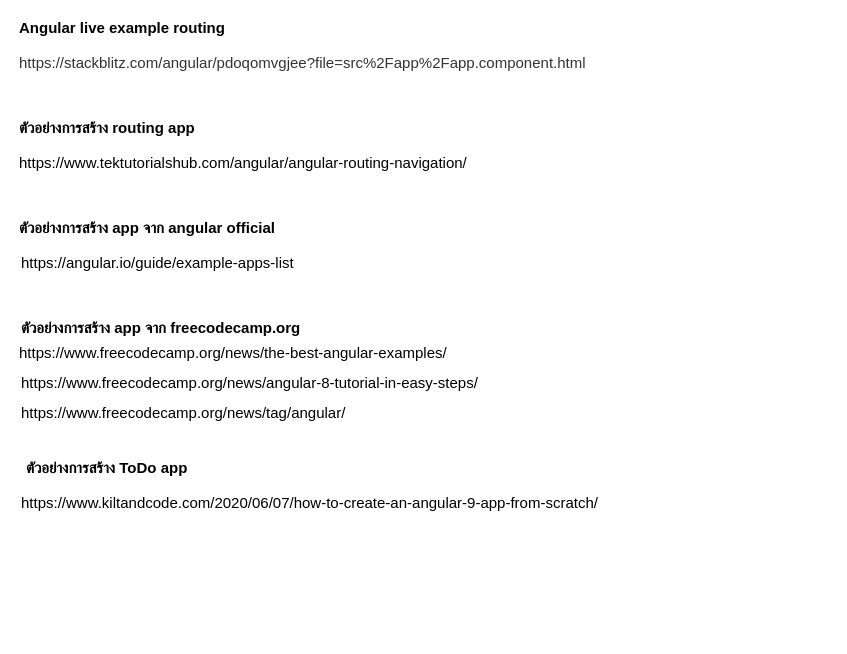
The draw.io diagram page "example" (7 of 7) of angular(2).drawio in Rainday777/angular-grade, before the edit. Source tidied: cells renumbered, new cells numbered last; positions are measured from the earlier drawing's top-left corner, leaving out a move shared by most shapes. Both pictures are drawn from the tidied source at 100%, with x=0, y=0 at pixel (16, 17).
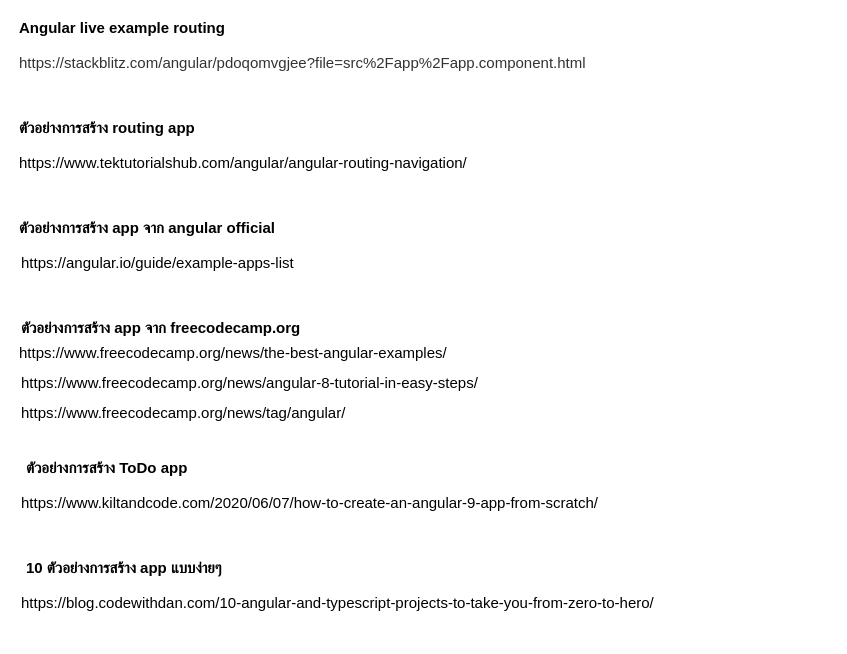
After the change.

Diff of the diagram source:
```diff
@@
 <mxGraphModel>
   <root>
     <mxCell id="0" />
     <mxCell id="1" parent="0" />
     <mxCell id="2" value="Angular live example routing" style="text;html=1;strokeColor=none;fillColor=none;align=left;verticalAlign=middle;whiteSpace=wrap;rounded=0;fontSize=15;fontStyle=1;" parent="1" vertex="1">
       <mxGeometry x="0.5" width="320" height="20" as="geometry" />
     </mxCell>
     <mxCell id="3" value="https://www.tektutorialshub.com/angular/angular-routing-navigation/" style="text;whiteSpace=wrap;html=1;fontSize=15;fontColor=#000000;" parent="1" vertex="1">
       <mxGeometry x="0.5" y="130" width="470" height="30" as="geometry" />
     </mxCell>
     <mxCell id="4" value="ตัวอย่างการสร้าง routing app&amp;nbsp;" style="text;html=1;strokeColor=none;fillColor=none;align=left;verticalAlign=middle;whiteSpace=wrap;rounded=0;fontSize=15;fontStyle=1;" parent="1" vertex="1">
       <mxGeometry x="0.5" y="100" width="320" height="20" as="geometry" />
     </mxCell>
     <mxCell id="5" value="https://angular.io/guide/example-apps-list" style="text;whiteSpace=wrap;html=1;fontSize=15;fontColor=#000000;" parent="1" vertex="1">
       <mxGeometry x="3" y="230" width="300" height="30" as="geometry" />
     </mxCell>
     <mxCell id="6" value="ตัวอย่างการสร้าง app จาก angular official&amp;nbsp;" style="text;html=1;strokeColor=none;fillColor=none;align=left;verticalAlign=middle;whiteSpace=wrap;rounded=0;fontSize=15;fontStyle=1;" parent="1" vertex="1">
       <mxGeometry x="0.5" y="200" width="320" height="20" as="geometry" />
     </mxCell>
     <mxCell id="7" value="https://www.freecodecamp.org/news/the-best-angular-examples/" style="text;whiteSpace=wrap;html=1;fontSize=15;fontColor=#000000;" parent="1" vertex="1">
       <mxGeometry x="0.5" y="320" width="450" height="30" as="geometry" />
     </mxCell>
     <mxCell id="8" value="ตัวอย่างการสร้าง app จาก freecodecamp.org" style="text;html=1;strokeColor=none;fillColor=none;align=left;verticalAlign=middle;whiteSpace=wrap;rounded=0;fontSize=15;fontStyle=1;" parent="1" vertex="1">
       <mxGeometry x="3" y="300" width="320" height="20" as="geometry" />
     </mxCell>
     <mxCell id="9" value="https://stackblitz.com/angular/pdoqomvgjee?file=src%2Fapp%2Fapp.component.html" style="text;whiteSpace=wrap;html=1;fontSize=15;fontColor=#333333;" parent="1" vertex="1">
       <mxGeometry x="0.5" y="30" width="790" height="50" as="geometry" />
     </mxCell>
     <mxCell id="10" value="https://www.freecodecamp.org/news/angular-8-tutorial-in-easy-steps/" style="text;whiteSpace=wrap;html=1;fontSize=15;fontColor=#000000;" parent="1" vertex="1">
       <mxGeometry x="3" y="350" width="480" height="30" as="geometry" />
     </mxCell>
     <mxCell id="11" value="https://www.freecodecamp.org/news/tag/angular/" style="text;whiteSpace=wrap;html=1;fontSize=15;fontColor=#000000;" parent="1" vertex="1">
       <mxGeometry x="3" y="380" width="350" height="30" as="geometry" />
     </mxCell>
     <mxCell id="12" value="https://www.kiltandcode.com/2020/06/07/how-to-create-an-angular-9-app-from-scratch/" style="text;whiteSpace=wrap;html=1;fontSize=15;fontColor=#000000;" parent="1" vertex="1">
       <mxGeometry x="3" y="470" width="700" height="50" as="geometry" />
     </mxCell>
     <mxCell id="13" value="ตัวอย่างการสร้าง ToDo app" style="text;html=1;strokeColor=none;fillColor=none;align=left;verticalAlign=middle;whiteSpace=wrap;rounded=0;fontSize=15;fontStyle=1;" parent="1" vertex="1">
       <mxGeometry x="8" y="440" width="320" height="20" as="geometry" />
     </mxCell>
+    <mxCell id="14" value="https://blog.codewithdan.com/10-angular-and-typescript-projects-to-take-you-from-zero-to-hero/" style="text;whiteSpace=wrap;html=1;fontSize=15;fontColor=#000000;" parent="1" vertex="1">
+      <mxGeometry x="3" y="570" width="810" height="50" as="geometry" />
+    </mxCell>
+    <mxCell id="15" value="10 ตัวอย่างการสร้าง app แบบง่ายๆ" style="text;html=1;strokeColor=none;fillColor=none;align=left;verticalAlign=middle;whiteSpace=wrap;rounded=0;fontSize=15;fontStyle=1;" parent="1" vertex="1">
+      <mxGeometry x="8" y="540" width="320" height="20" as="geometry" />
+    </mxCell>
   </root>
 </mxGraphModel>
```
